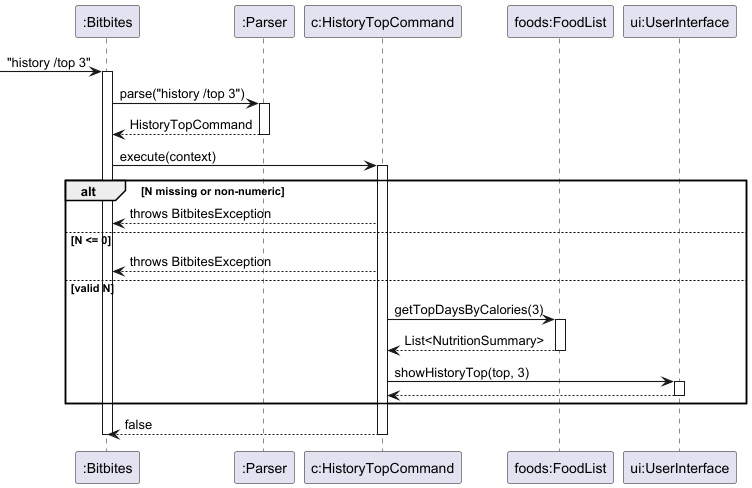
Before: docs/uml/history.png, a diagram exported from PlantUML (bryanyeo3125/tp). Its diagram source:
```plantuml
@startuml history_top
skinparam arrowThickness 1.1
skinparam maxMessageSize 150

participant ":Bitbites" as Bitbites
participant ":Parser" as Parser
participant "c:HistoryTopCommand" as Cmd
participant "foods:FoodList" as FoodList
participant "ui:UserInterface" as UI

-> Bitbites : "history /top 3"
activate Bitbites

Bitbites -> Parser : parse("history /top 3")
activate Parser
Parser --> Bitbites : HistoryTopCommand
deactivate Parser

Bitbites -> Cmd : execute(context)
activate Cmd

alt N missing or non-numeric
    Cmd --> Bitbites : throws BitbitesException
else N <= 0
    Cmd --> Bitbites : throws BitbitesException
else valid N
    Cmd -> FoodList : getTopDaysByCalories(3)
    activate FoodList
    FoodList --> Cmd : List<NutritionSummary>
    deactivate FoodList

    Cmd -> UI : showHistoryTop(top, 3)
    activate UI
    UI --> Cmd
    deactivate UI
end

Cmd --> Bitbites : false
deactivate Cmd
deactivate Bitbites
@enduml
```
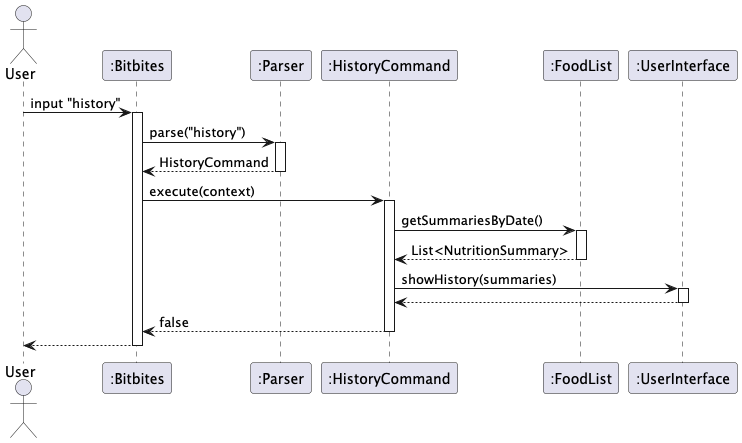
Above is the later version.

Diff of the diagram source:
```diff
@@ -1,41 +1,35 @@
-@startuml history_top
-skinparam arrowThickness 1.1
-skinparam maxMessageSize 150
-
+@startuml
+actor User
 participant ":Bitbites" as Bitbites
 participant ":Parser" as Parser
-participant "c:HistoryTopCommand" as Cmd
-participant "foods:FoodList" as FoodList
-participant "ui:UserInterface" as UI
+participant ":HistoryCommand" as HistoryCommand
+participant ":FoodList" as FoodList
+participant ":UserInterface" as UI
 
--> Bitbites : "history /top 3"
+User -> Bitbites : input "history"
 activate Bitbites
 
-Bitbites -> Parser : parse("history /top 3")
+Bitbites -> Parser : parse("history")
 activate Parser
-Parser --> Bitbites : HistoryTopCommand
+Parser --> Bitbites : HistoryCommand
 deactivate Parser
 
-Bitbites -> Cmd : execute(context)
-activate Cmd
+Bitbites -> HistoryCommand : execute(context)
+activate HistoryCommand
 
-alt N missing or non-numeric
-    Cmd --> Bitbites : throws BitbitesException
-else N <= 0
-    Cmd --> Bitbites : throws BitbitesException
-else valid N
-    Cmd -> FoodList : getTopDaysByCalories(3)
-    activate FoodList
-    FoodList --> Cmd : List<NutritionSummary>
-    deactivate FoodList
+HistoryCommand -> FoodList : getSummariesByDate()
+activate FoodList
+FoodList --> HistoryCommand : List<NutritionSummary>
+deactivate FoodList
 
-    Cmd -> UI : showHistoryTop(top, 3)
-    activate UI
-    UI --> Cmd
-    deactivate UI
-end
+HistoryCommand -> UI : showHistory(summaries)
+activate UI
+UI --> HistoryCommand
+deactivate UI
 
-Cmd --> Bitbites : false
-deactivate Cmd
+HistoryCommand --> Bitbites : false
+deactivate HistoryCommand
+
+Bitbites --> User
 deactivate Bitbites
 @enduml
```
